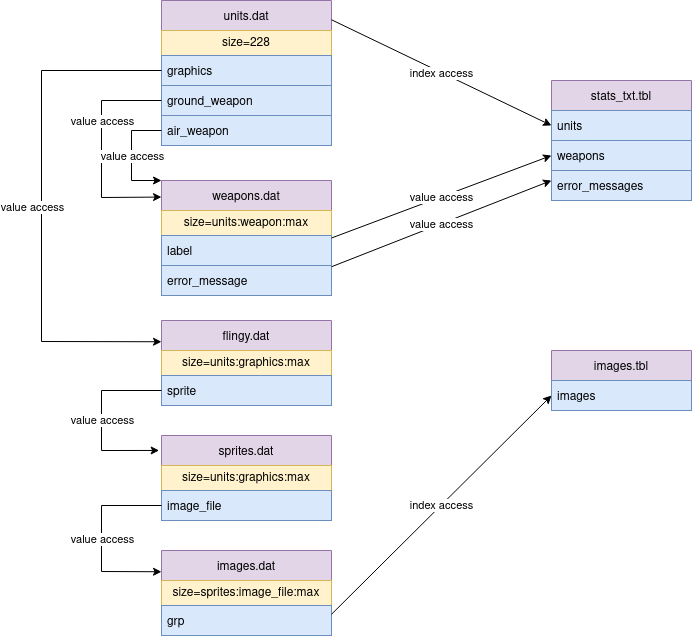
Earlier version of the draw.io export doc/sc_dat_architecture.drawio.png (Wargus/stargus). Source tidied: cells renumbered, new cells last; positions are measured from the earlier drawing's top-left corner, leaving out a move shared by most shapes.
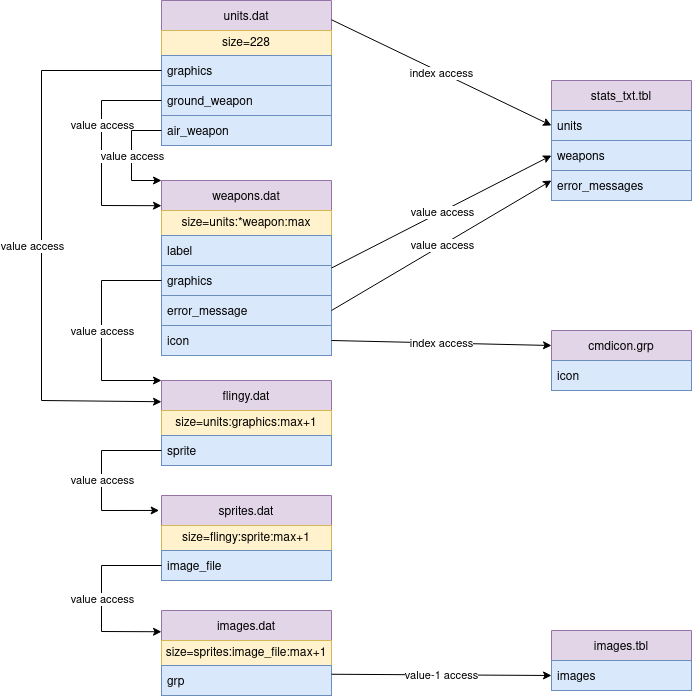
Later version of the same file.

What changed in the source:
```diff
@@ -18,39 +18,45 @@
       <mxGeometry y="115" width="170" height="30" as="geometry" />
     </mxCell>
     <mxCell id="7" value="weapons.dat" style="swimlane;fontStyle=0;horizontal=1;startSize=30;fillColor=#e1d5e7;strokeColor=#9673a6;" parent="1" vertex="1">
-      <mxGeometry x="120" y="180" width="170" height="115" as="geometry" />
+      <mxGeometry x="120" y="180" width="170" height="175" as="geometry" />
     </mxCell>
-    <mxCell id="8" value="size=units:weapon:max" style="rounded=0;whiteSpace=wrap;html=1;fillColor=#fff2cc;strokeColor=#d6b656;" parent="7" vertex="1">
+    <mxCell id="8" value="size=units:*weapon:max" style="rounded=0;whiteSpace=wrap;html=1;fillColor=#fff2cc;strokeColor=#d6b656;" parent="7" vertex="1">
       <mxGeometry y="30" width="170" height="25" as="geometry" />
     </mxCell>
     <mxCell id="9" value="label" style="text;strokeColor=#6c8ebf;fillColor=#dae8fc;align=left;verticalAlign=middle;spacingLeft=4;spacingRight=4;overflow=hidden;" parent="7" vertex="1">
       <mxGeometry y="55" width="170" height="30" as="geometry" />
     </mxCell>
-    <mxCell id="10" value="error_message" style="text;strokeColor=#6c8ebf;fillColor=#dae8fc;align=left;verticalAlign=middle;spacingLeft=4;spacingRight=4;overflow=hidden;" parent="7" vertex="1">
+    <mxCell id="10" value="graphics" style="text;strokeColor=#6c8ebf;fillColor=#dae8fc;align=left;verticalAlign=middle;spacingLeft=4;spacingRight=4;overflow=hidden;" parent="7" vertex="1">
       <mxGeometry y="85" width="170" height="30" as="geometry" />
     </mxCell>
+    <mxCell id="44" value="error_message" style="text;strokeColor=#6c8ebf;fillColor=#dae8fc;align=left;verticalAlign=middle;spacingLeft=4;spacingRight=4;overflow=hidden;points=[[0,0.5],[1,0.5]];portConstraint=eastwest;" parent="7" vertex="1">
+      <mxGeometry y="115" width="170" height="30" as="geometry" />
+    </mxCell>
+    <mxCell id="45" value="icon" style="text;strokeColor=#6c8ebf;fillColor=#dae8fc;align=left;verticalAlign=middle;spacingLeft=4;spacingRight=4;overflow=hidden;" parent="7" vertex="1">
+      <mxGeometry y="145" width="170" height="30" as="geometry" />
+    </mxCell>
     <mxCell id="11" value="flingy.dat" style="swimlane;fontStyle=0;horizontal=1;startSize=30;fillColor=#e1d5e7;strokeColor=#9673a6;" parent="1" vertex="1">
-      <mxGeometry x="120" y="320" width="170" height="85" as="geometry" />
+      <mxGeometry x="120" y="380" width="170" height="85" as="geometry" />
     </mxCell>
-    <mxCell id="12" value="size=units:graphics:max" style="rounded=0;whiteSpace=wrap;html=1;fillColor=#fff2cc;strokeColor=#d6b656;" parent="11" vertex="1">
+    <mxCell id="12" value="size=units:graphics:max+1" style="rounded=0;whiteSpace=wrap;html=1;fillColor=#fff2cc;strokeColor=#d6b656;" parent="11" vertex="1">
       <mxGeometry y="30" width="170" height="25" as="geometry" />
     </mxCell>
     <mxCell id="13" value="sprite" style="text;strokeColor=#6c8ebf;fillColor=#dae8fc;align=left;verticalAlign=middle;spacingLeft=4;spacingRight=4;overflow=hidden;points=[[0,0.5],[1,0.5]];portConstraint=eastwest;" parent="11" vertex="1">
       <mxGeometry y="55" width="170" height="30" as="geometry" />
     </mxCell>
     <mxCell id="14" value="sprites.dat" style="swimlane;fontStyle=0;horizontal=1;startSize=30;fillColor=#e1d5e7;strokeColor=#9673a6;" parent="1" vertex="1">
-      <mxGeometry x="120" y="435" width="170" height="85" as="geometry" />
+      <mxGeometry x="120" y="495" width="170" height="85" as="geometry" />
     </mxCell>
-    <mxCell id="15" value="size=units:graphics:max" style="rounded=0;whiteSpace=wrap;html=1;fillColor=#fff2cc;strokeColor=#d6b656;" parent="14" vertex="1">
+    <mxCell id="15" value="size=flingy:sprite:max+1" style="rounded=0;whiteSpace=wrap;html=1;fillColor=#fff2cc;strokeColor=#d6b656;" parent="14" vertex="1">
       <mxGeometry y="30" width="170" height="25" as="geometry" />
     </mxCell>
     <mxCell id="16" value="image_file" style="text;strokeColor=#6c8ebf;fillColor=#dae8fc;align=left;verticalAlign=middle;spacingLeft=4;spacingRight=4;overflow=hidden;points=[[0,0.5],[1,0.5]];portConstraint=eastwest;" parent="14" vertex="1">
       <mxGeometry y="55" width="170" height="30" as="geometry" />
     </mxCell>
     <mxCell id="17" value="images.dat" style="swimlane;fontStyle=0;horizontal=1;startSize=30;fillColor=#e1d5e7;strokeColor=#9673a6;" parent="1" vertex="1">
-      <mxGeometry x="120" y="550" width="170" height="85" as="geometry" />
+      <mxGeometry x="120" y="610" width="170" height="85" as="geometry" />
     </mxCell>
-    <mxCell id="18" value="size=sprites:image_file:max" style="rounded=0;whiteSpace=wrap;html=1;fillColor=#fff2cc;strokeColor=#d6b656;" parent="17" vertex="1">
+    <mxCell id="18" value="size=sprites:image_file:max+1" style="rounded=0;whiteSpace=wrap;html=1;fillColor=#fff2cc;strokeColor=#d6b656;" parent="17" vertex="1">
       <mxGeometry y="30" width="170" height="25" as="geometry" />
     </mxCell>
     <mxCell id="19" value="grp" style="text;strokeColor=#6c8ebf;fillColor=#dae8fc;align=left;verticalAlign=middle;spacingLeft=4;spacingRight=4;overflow=hidden;" parent="17" vertex="1">
@@ -80,7 +86,7 @@
     <mxCell id="27" value="value access" style="edgeLabel;html=1;align=center;verticalAlign=middle;" parent="26" vertex="1">
       <mxGeometry relative="1" as="geometry" />
     </mxCell>
-    <mxCell id="28" style="endArrow=classic;html=1;rounded=0;exitX=1;exitY=0.75;exitDx=0;exitDy=0;" parent="1" edge="1" source="7">
+    <mxCell id="28" style="endArrow=classic;html=1;rounded=0;exitX=1;exitY=0.5;exitDx=0;exitDy=0;" parent="1" edge="1" source="44">
       <mxGeometry relative="1" as="geometry">
         <mxPoint x="510" y="180" as="targetPoint" />
       </mxGeometry>
@@ -92,7 +98,7 @@
       <mxGeometry relative="1" as="geometry">
         <Array as="points">
           <mxPoint y="70" />
-          <mxPoint y="341" />
+          <mxPoint y="400" />
         </Array>
       </mxGeometry>
     </mxCell>
@@ -104,8 +110,8 @@
     <mxCell id="32" style="endArrow=classic;html=1;rounded=0;exitX=0;exitY=0.5;exitDx=0;exitDy=0;entryX=-0.014;entryY=0.176;entryDx=0;entryDy=0;entryPerimeter=0;" parent="1" edge="1" source="13" target="14">
       <mxGeometry relative="1" as="geometry">
         <Array as="points">
-          <mxPoint x="60" y="390" />
           <mxPoint x="60" y="450" />
+          <mxPoint x="60" y="510" />
         </Array>
       </mxGeometry>
     </mxCell>
@@ -115,8 +121,8 @@
     <mxCell id="34" style="endArrow=classic;html=1;rounded=0;exitX=0;exitY=0.5;exitDx=0;exitDy=0;entryX=0;entryY=0.25;entryDx=0;entryDy=0;" parent="1" edge="1" source="16" target="17">
       <mxGeometry relative="1" as="geometry">
         <Array as="points">
-          <mxPoint x="60" y="505" />
-          <mxPoint x="60" y="571" />
+          <mxPoint x="60" y="565" />
+          <mxPoint x="60" y="631" />
         </Array>
       </mxGeometry>
     </mxCell>
@@ -124,7 +130,7 @@
       <mxGeometry relative="1" as="geometry" />
     </mxCell>
     <mxCell id="36" value="images.tbl" style="swimlane;fontStyle=0;horizontal=1;startSize=30;fillColor=#e1d5e7;strokeColor=#9673a6;" parent="1" vertex="1">
-      <mxGeometry x="510" y="350" width="140" height="60" as="geometry" />
+      <mxGeometry x="510" y="630" width="140" height="60" as="geometry" />
     </mxCell>
     <mxCell id="37" value="images" style="text;strokeColor=#6c8ebf;fillColor=#dae8fc;align=left;verticalAlign=middle;spacingLeft=4;spacingRight=4;overflow=hidden;points=[[0,0.5],[1,0.5]];portConstraint=eastwest;" parent="36" vertex="1">
       <mxGeometry y="30" width="140" height="30" as="geometry" />
@@ -133,7 +139,7 @@
       <mxGeometry relative="1" as="geometry">
         <Array as="points">
           <mxPoint x="60" y="100" />
-          <mxPoint x="60" y="197" />
+          <mxPoint x="60" y="205" />
         </Array>
       </mxGeometry>
     </mxCell>
@@ -156,8 +162,34 @@
     <mxCell id="42" style="endArrow=classic;html=1;rounded=0;exitX=1;exitY=0.75;exitDx=0;exitDy=0;entryX=0;entryY=0.5;entryDx=0;entryDy=0;" parent="1" edge="1" source="17" target="37">
       <mxGeometry relative="1" as="geometry" />
     </mxCell>
-    <mxCell id="43" value="index access" style="edgeLabel;html=1;align=center;verticalAlign=middle;" parent="42" vertex="1">
+    <mxCell id="43" value="value-1 access" style="edgeLabel;html=1;align=center;verticalAlign=middle;" parent="42" vertex="1">
       <mxGeometry relative="1" as="geometry" />
     </mxCell>
+    <mxCell id="46" style="endArrow=classic;html=1;rounded=0;entryX=0;entryY=0;entryDx=0;entryDy=0;" parent="1" edge="1" target="11">
+      <mxGeometry relative="1" as="geometry">
+        <mxPoint x="120" y="280" as="sourcePoint" />
+        <Array as="points">
+          <mxPoint x="60" y="280" />
+          <mxPoint x="60" y="380" />
+        </Array>
+      </mxGeometry>
+    </mxCell>
+    <mxCell id="47" value="value access" style="edgeLabel;html=1;align=center;verticalAlign=middle;" parent="46" vertex="1">
+      <mxGeometry relative="1" as="geometry" />
+    </mxCell>
+    <mxCell id="48" value="cmdicon.grp" style="swimlane;fontStyle=0;horizontal=1;startSize=30;fillColor=#e1d5e7;strokeColor=#9673a6;" parent="1" vertex="1">
+      <mxGeometry x="510" y="330" width="140" height="60" as="geometry" />
+    </mxCell>
+    <mxCell id="49" value="icon" style="text;strokeColor=#6c8ebf;fillColor=#dae8fc;align=left;verticalAlign=middle;spacingLeft=4;spacingRight=4;overflow=hidden;" parent="48" vertex="1">
+      <mxGeometry y="30" width="140" height="30" as="geometry" />
+    </mxCell>
+    <mxCell id="50" value="kk" style="endArrow=classic;html=1;rounded=0;entryX=0;entryY=0.25;entryDx=0;entryDy=0;" parent="1" edge="1" target="48">
+      <mxGeometry relative="1" as="geometry">
+        <mxPoint x="290" y="340" as="sourcePoint" />
+      </mxGeometry>
+    </mxCell>
+    <mxCell id="51" value="index access" style="edgeLabel;html=1;align=center;verticalAlign=middle;" parent="50" vertex="1">
+      <mxGeometry relative="1" as="geometry" />
+    </mxCell>
   </root>
 </mxGraphModel>
```
